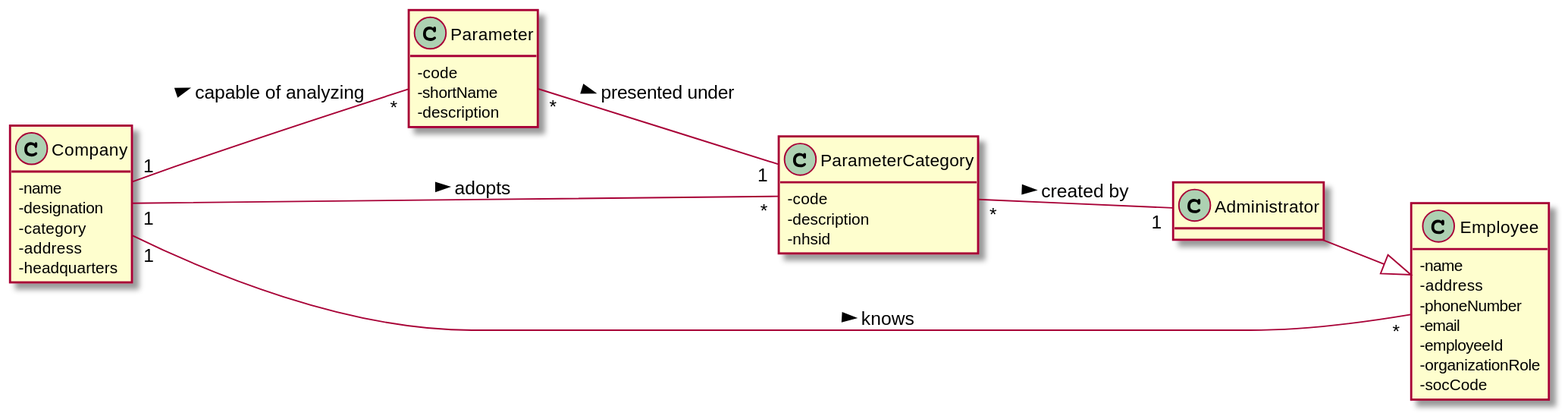
manu-07-ela/LAPR2_ISEP keeps this PlantUML diagram as docs/SprintB/US11/US11-DM.svg. Above is the earlier version.
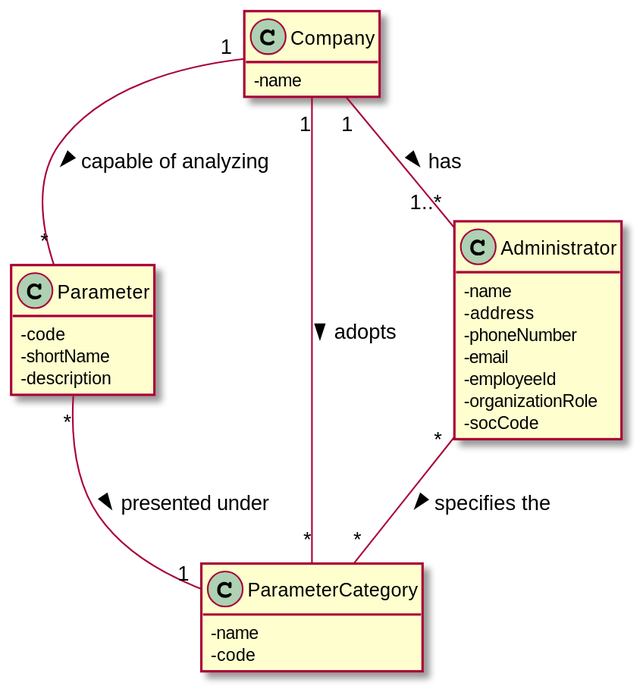
After the commit.

The edit, as a diff of the source:
```diff
@@ -1,32 +1,10 @@
 @startuml
 hide methods
-left to right direction
 skinparam classAttributeIconSize 0
-
-class Company
-class Parameter
-class ParameterCategory
-class Administrator
-class Employee
-
-Company "1"--"*" Parameter : capable of analyzing >
-Company "1"--"*" ParameterCategory : adopts >
-Company "1"--"*" Employee : knows >
-
-Parameter "*"--"1" ParameterCategory : presented under >
-
-ParameterCategory "*"--"1" Administrator : created by >
-
-
-Administrator --|> Employee
 
 
 class Company{
 -name
--designation
--category
--address
--headquarters
 }
 
 class Parameter{
@@ -36,12 +14,11 @@
 }
 
 class ParameterCategory{
+-name
 -code
--description
--nhsid
 }
 
-class Employee {
+class Administrator{
 -name
 -address
 -phoneNumber
@@ -51,6 +28,14 @@
 -socCode
 }
 
+Company "1"--"*" Parameter : capable of analyzing >
+Company "1"--"*" ParameterCategory : adopts >
+Company "1"--"1..*" Administrator : has >
+Parameter "*"--"1" ParameterCategory : presented under >
+Administrator "*"--"*" ParameterCategory : specifies the >
+
+
+
 
 
 @enduml
```
